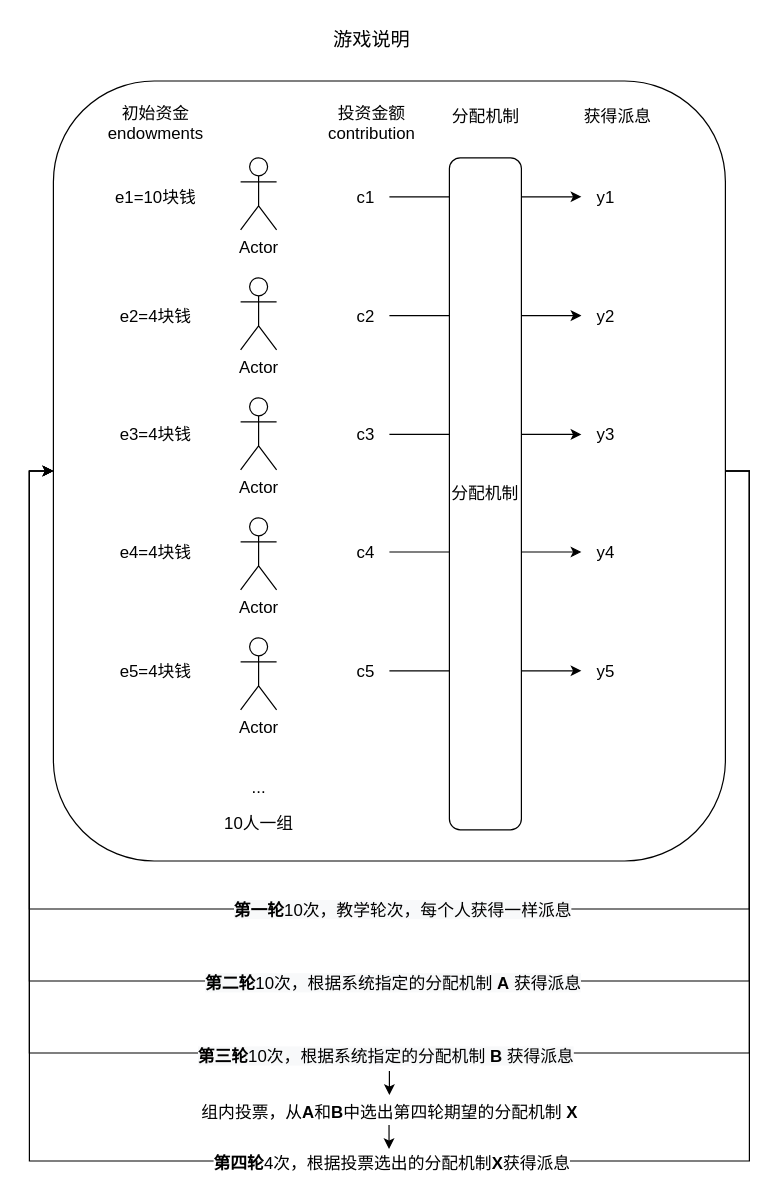
The draw.io diagram images/Democratic_ai2.drawio in eveyuyi/pics_git, before the edit. Source tidied: cells renumbered, new cells numbered last; positions are measured from the earlier drawing's top-left corner, leaving out a move shared by most shapes. Both pictures are drawn from the tidied source at 120%, with x=0, y=0 at pixel (29, 20).
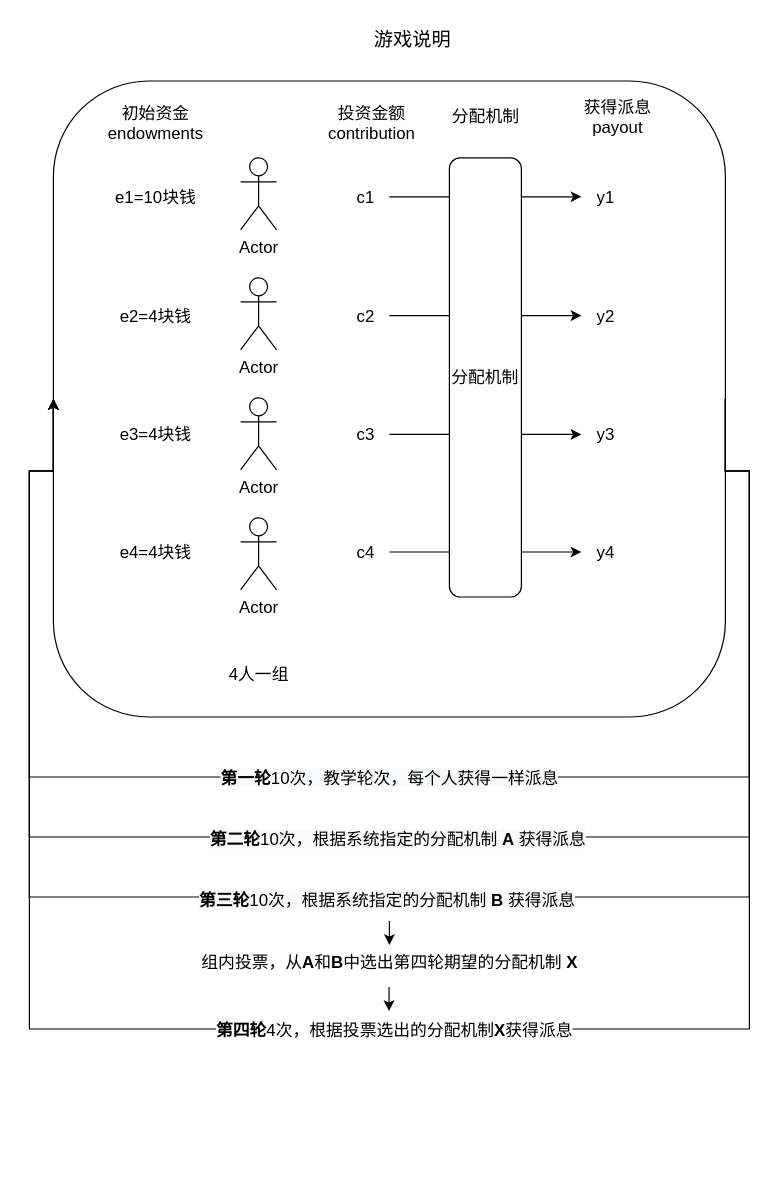
The same page after the edit.

What changed in the source:
```diff
@@
     <mxCell id="2" style="edgeStyle=orthogonalEdgeStyle;rounded=0;orthogonalLoop=1;jettySize=auto;html=1;entryX=0;entryY=0.5;entryDx=0;entryDy=0;exitX=1;exitY=0.5;exitDx=0;exitDy=0;fontSize=14;" parent="1" edge="1" source="4" target="4">
       <mxGeometry relative="1" as="geometry">
         <Array as="points">
+          <mxPoint x="580" y="375" />
           <mxPoint x="600" y="375" />
-          <mxPoint x="600" y="740" />
-          <mxPoint y="740" />
+          <mxPoint x="600" y="630" />
+          <mxPoint y="630" />
           <mxPoint y="375" />
+          <mxPoint x="20" y="375" />
         </Array>
       </mxGeometry>
     </mxCell>
@@
     <mxCell id="4" style="rounded=1;whiteSpace=wrap;html=1;fillColor=none;fontSize=14;" parent="1" vertex="1">
-      <mxGeometry x="20" y="50" width="560" height="650" as="geometry" />
+      <mxGeometry x="20" y="50" width="560" height="530" as="geometry" />
     </mxCell>
@@
-    <mxCell id="9" value="Actor" style="shape=umlActor;verticalLabelPosition=bottom;verticalAlign=top;html=1;fontSize=14;" parent="1" vertex="1">
-      <mxGeometry x="176" y="514" width="30" height="60" as="geometry" />
-    </mxCell>
@@
     <mxCell id="12" value="&lt;font style=&quot;font-size: 16px;&quot;&gt;游戏说明&lt;/font&gt;" style="text;html=1;align=center;verticalAlign=middle;strokeColor=none;fillColor=none;fontSize=14;" parent="1" vertex="1">
-      <mxGeometry x="240" width="90" height="30" as="geometry" />
+      <mxGeometry x="274" width="90" height="30" as="geometry" />
     </mxCell>
-    <mxCell id="13" value="..." style="text;html=1;align=center;verticalAlign=middle;strokeColor=none;fillColor=none;fontSize=14;" parent="1" vertex="1">
-      <mxGeometry x="171" y="624" width="40" height="30" as="geometry" />
-    </mxCell>
-    <mxCell id="14" value="10人一组" style="text;html=1;align=center;verticalAlign=middle;strokeColor=none;fillColor=none;fontSize=14;" parent="1" vertex="1">
-      <mxGeometry x="151" y="654" width="80" height="30" as="geometry" />
+    <mxCell id="14" value="4人一组" style="text;html=1;align=center;verticalAlign=middle;strokeColor=none;fillColor=none;fontSize=14;" parent="1" vertex="1">
+      <mxGeometry x="156" y="530" width="70" height="30" as="geometry" />
     </mxCell>
@@
-    <mxCell id="19" value="e5=4块钱" style="text;html=1;align=center;verticalAlign=middle;strokeColor=none;fillColor=none;fontSize=14;" parent="1" vertex="1">
-      <mxGeometry x="65" y="526.5" width="80" height="30" as="geometry" />
-    </mxCell>
@@
-    <mxCell id="28" style="edgeStyle=orthogonalEdgeStyle;rounded=0;jettySize=auto;html=1;fontSize=14;" parent="1" edge="1" source="29" target="37">
-      <mxGeometry relative="1" as="geometry" />
-    </mxCell>
-    <mxCell id="29" value="c5" style="text;html=1;align=center;verticalAlign=middle;points=[];strokeColor=none;fillColor=none;fontSize=14;" parent="1" vertex="1">
-      <mxGeometry x="260" y="526.5" width="40" height="30" as="geometry" />
-    </mxCell>
     <mxCell id="30" value="分配机制" style="rounded=1;whiteSpace=wrap;html=1;fontSize=14;" parent="1" vertex="1">
-      <mxGeometry x="350" y="114" width="60" height="560" as="geometry" />
+      <mxGeometry x="350" y="114" width="60" height="366" as="geometry" />
     </mxCell>
@@
-    <mxCell id="32" value="获得派息" style="text;html=1;align=center;verticalAlign=middle;strokeColor=none;fillColor=none;fontSize=14;" parent="1" vertex="1">
-      <mxGeometry x="450" y="65" width="80" height="30" as="geometry" />
+    <mxCell id="32" value="获得派息&lt;br&gt;payout" style="text;html=1;align=center;verticalAlign=middle;strokeColor=none;fillColor=none;fontSize=14;" parent="1" vertex="1">
+      <mxGeometry x="450" y="55" width="80" height="50" as="geometry" />
     </mxCell>
@@
-    <mxCell id="37" value="y5" style="text;html=1;align=center;verticalAlign=middle;points=[];strokeColor=none;fillColor=none;fontSize=14;" parent="1" vertex="1">
-      <mxGeometry x="460" y="526.5" width="40" height="30" as="geometry" />
-    </mxCell>
     <mxCell id="38" style="edgeStyle=orthogonalEdgeStyle;rounded=0;orthogonalLoop=1;jettySize=auto;html=1;exitX=1;exitY=0.5;exitDx=0;exitDy=0;entryX=0;entryY=0.5;entryDx=0;entryDy=0;fontSize=14;" parent="1" edge="1" source="4" target="4">
       <mxGeometry relative="1" as="geometry">
         <Array as="points">
+          <mxPoint x="580" y="375" />
           <mxPoint x="600" y="375" />
-          <mxPoint x="600" y="800" />
-          <mxPoint y="800" />
+          <mxPoint x="600" y="680" />
+          <mxPoint y="680" />
           <mxPoint y="375" />
+          <mxPoint x="20" y="375" />
         </Array>
       </mxGeometry>
     </mxCell>
@@
     <mxCell id="40" style="edgeStyle=orthogonalEdgeStyle;rounded=0;orthogonalLoop=1;jettySize=auto;html=1;exitX=1;exitY=0.5;exitDx=0;exitDy=0;entryX=0;entryY=0.5;entryDx=0;entryDy=0;fontSize=14;" parent="1" edge="1" source="4" target="4">
       <mxGeometry relative="1" as="geometry">
         <Array as="points">
+          <mxPoint x="580" y="375" />
           <mxPoint x="600" y="375" />
-          <mxPoint x="600" y="860" />
-          <mxPoint y="860" />
+          <mxPoint x="600" y="730" />
+          <mxPoint y="730" />
           <mxPoint y="375" />
+          <mxPoint x="20" y="375" />
         </Array>
       </mxGeometry>
     </mxCell>
@@
     <mxCell id="42" style="endArrow=classic;html=1;rounded=0;fontSize=14;" parent="1" edge="1">
       <mxGeometry relative="1" as="geometry">
-        <mxPoint x="300" y="875" as="sourcePoint" />
-        <mxPoint x="300" y="895" as="targetPoint" />
+        <mxPoint x="300" y="750" as="sourcePoint" />
+        <mxPoint x="300" y="770" as="targetPoint" />
       </mxGeometry>
     </mxCell>
     <mxCell id="43" style="edgeStyle=orthogonalEdgeStyle;rounded=0;orthogonalLoop=1;jettySize=auto;html=1;exitX=1;exitY=0.5;exitDx=0;exitDy=0;entryX=0;entryY=0.5;entryDx=0;entryDy=0;fontSize=14;" parent="1" edge="1" source="4" target="4">
       <mxGeometry relative="1" as="geometry">
         <Array as="points">
+          <mxPoint x="580" y="375" />
           <mxPoint x="600" y="375" />
-          <mxPoint x="600" y="950" />
-          <mxPoint y="950" />
+          <mxPoint x="600" y="840" />
+          <mxPoint y="840" />
           <mxPoint y="375" />
+          <mxPoint x="20" y="375" />
         </Array>
       </mxGeometry>
     </mxCell>
     <mxCell id="44" value="&lt;b style=&quot;font-size: 14px;&quot;&gt;第四轮&lt;/b&gt;4次，根据投票选出的分配机制&lt;b style=&quot;font-size: 14px;&quot;&gt;X&lt;/b&gt;获得派息" style="edgeLabel;html=1;align=center;verticalAlign=middle;fontSize=14;" parent="43" vertex="1">
       <mxGeometry x="0.01" y="1" relative="1" as="geometry">
-        <mxPoint x="10" as="offset" />
+        <mxPoint x="11" y="-1" as="offset" />
       </mxGeometry>
     </mxCell>
     <mxCell id="45" value="组内投票，从&lt;b style=&quot;font-size: 14px;&quot;&gt;A&lt;/b&gt;和&lt;b style=&quot;font-size: 14px;&quot;&gt;B&lt;/b&gt;中选出第四轮期望的分配机制 &lt;b style=&quot;font-size: 14px;&quot;&gt;X&lt;/b&gt;" style="text;html=1;align=center;verticalAlign=middle;strokeColor=none;fillColor=none;fontSize=14;" parent="1" vertex="1">
-      <mxGeometry x="130" y="895" width="340" height="30" as="geometry" />
+      <mxGeometry x="130" y="770" width="340" height="30" as="geometry" />
     </mxCell>
     <mxCell id="46" style="endArrow=classic;html=1;rounded=0;fontSize=14;" parent="1" edge="1">
       <mxGeometry relative="1" as="geometry">
-        <mxPoint x="299.7" y="920" as="sourcePoint" />
-        <mxPoint x="299.7" y="940" as="targetPoint" />
+        <mxPoint x="299.7" y="805" as="sourcePoint" />
+        <mxPoint x="299.7" y="825" as="targetPoint" />
       </mxGeometry>
     </mxCell>
```
